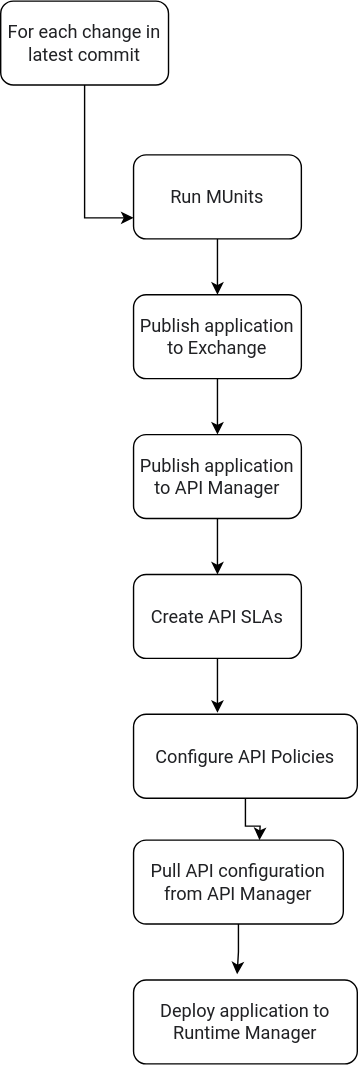
The draw.io diagram architecture/diagrams/ci-cd-design/build-and-deploy.svg in RideXpress/docs, before a commit. Source tidied: cells renumbered, new cells last; positions are measured from the earlier drawing's top-left corner, leaving out a move shared by most shapes. Its diagram source:
```xml
<mxGraphModel>
  <root>
    <mxCell id="0" />
    <mxCell id="1" parent="0" />
    <mxCell id="2" style="edgeStyle=orthogonalEdgeStyle;rounded=0;jettySize=auto;html=1;entryX=0;entryY=0.75;entryDx=0;entryDy=0;" parent="1" edge="1" source="3" target="5">
      <mxGeometry relative="1" as="geometry" />
    </mxCell>
    <mxCell id="3" value="&lt;span style=&quot;color: rgb(32, 33, 36); font-family: Roboto, arial, sans-serif; font-size: 13px; font-style: normal; font-variant-ligatures: normal; font-variant-caps: normal; font-weight: 400; letter-spacing: normal; orphans: 2; text-align: left; text-indent: 0px; text-transform: none; widows: 2; word-spacing: 0px; -webkit-text-stroke-width: 0px; white-space: pre-wrap; background-color: rgb(255, 255, 255); text-decoration-thickness: initial; text-decoration-style: initial; text-decoration-color: initial; display: inline !important; float: none;&quot;&gt;For each change in latest commit&lt;/span&gt;" style="rounded=1;whiteSpace=wrap;html=1;" parent="1" vertex="1">
      <mxGeometry width="120" height="60" as="geometry" />
    </mxCell>
    <mxCell id="4" style="edgeStyle=orthogonalEdgeStyle;rounded=0;jettySize=auto;html=1;entryX=0.5;entryY=0;entryDx=0;entryDy=0;" parent="1" edge="1" source="5" target="7">
      <mxGeometry relative="1" as="geometry" />
    </mxCell>
    <mxCell id="5" value="&lt;span style=&quot;color: rgb(32, 33, 36); font-family: Roboto, arial, sans-serif; font-size: 13px; text-align: left; white-space-collapse: preserve; background-color: rgb(255, 255, 255);&quot;&gt;Run MUnits&lt;/span&gt;" style="rounded=1;whiteSpace=wrap;html=1;" parent="1" vertex="1">
      <mxGeometry x="95" y="110" width="120" height="60" as="geometry" />
    </mxCell>
    <mxCell id="6" style="edgeStyle=orthogonalEdgeStyle;rounded=0;jettySize=auto;html=1;entryX=0.5;entryY=0;entryDx=0;entryDy=0;" parent="1" edge="1" source="7" target="9">
      <mxGeometry relative="1" as="geometry" />
    </mxCell>
    <mxCell id="7" value="&lt;span style=&quot;color: rgb(32, 33, 36); font-family: Roboto, arial, sans-serif; font-size: 13px; text-align: left; white-space-collapse: preserve; background-color: rgb(255, 255, 255);&quot;&gt;Publish application to Exchange&lt;/span&gt;" style="rounded=1;whiteSpace=wrap;html=1;" parent="1" vertex="1">
      <mxGeometry x="95" y="210" width="120" height="60" as="geometry" />
    </mxCell>
    <mxCell id="8" style="edgeStyle=orthogonalEdgeStyle;rounded=0;jettySize=auto;html=1;entryX=0.5;entryY=0;entryDx=0;entryDy=0;" parent="1" edge="1" source="9" target="10">
      <mxGeometry relative="1" as="geometry" />
    </mxCell>
    <mxCell id="9" value="&lt;span style=&quot;color: rgb(32, 33, 36); font-family: Roboto, arial, sans-serif; font-size: 13px; text-align: left; white-space-collapse: preserve; background-color: rgb(255, 255, 255);&quot;&gt;Publish application to API Manager&lt;/span&gt;" style="rounded=1;whiteSpace=wrap;html=1;" parent="1" vertex="1">
      <mxGeometry x="95" y="310" width="120" height="60" as="geometry" />
    </mxCell>
    <mxCell id="10" value="&lt;span style=&quot;color: rgb(32, 33, 36); font-family: Roboto, arial, sans-serif; font-size: 13px; text-align: left; white-space-collapse: preserve; background-color: rgb(255, 255, 255);&quot;&gt;Create API SLAs&lt;/span&gt;" style="rounded=1;whiteSpace=wrap;html=1;" parent="1" vertex="1">
      <mxGeometry x="95" y="410" width="120" height="60" as="geometry" />
    </mxCell>
    <mxCell id="11" style="edgeStyle=orthogonalEdgeStyle;rounded=0;jettySize=auto;html=1;" parent="1" edge="1" source="12">
      <mxGeometry relative="1" as="geometry">
        <mxPoint x="185" y="600" as="targetPoint" />
      </mxGeometry>
    </mxCell>
    <mxCell id="12" value="&lt;span style=&quot;color: rgb(32, 33, 36); font-family: Roboto, arial, sans-serif; font-size: 13px; text-align: left; white-space-collapse: preserve; background-color: rgb(255, 255, 255);&quot;&gt;Configure API Policies&lt;/span&gt;" style="rounded=1;whiteSpace=wrap;html=1;" parent="1" vertex="1">
      <mxGeometry x="95" y="510" width="160" height="60" as="geometry" />
    </mxCell>
    <mxCell id="13" value="&lt;span style=&quot;color: rgb(32, 33, 36); font-family: Roboto, arial, sans-serif; font-size: 13px; text-align: left; white-space-collapse: preserve; background-color: rgb(255, 255, 255);&quot;&gt;Deploy application to Runtime Manager&lt;/span&gt;" style="rounded=1;whiteSpace=wrap;html=1;" parent="1" vertex="1">
      <mxGeometry x="95" y="700" width="160" height="60" as="geometry" />
    </mxCell>
    <mxCell id="14" value="&lt;span style=&quot;color: rgb(32, 33, 36); font-family: Roboto, arial, sans-serif; font-size: 13px; text-align: left; white-space-collapse: preserve; background-color: rgb(255, 255, 255);&quot;&gt;Pull API configuration from API Manager&lt;/span&gt;" style="rounded=1;whiteSpace=wrap;html=1;" parent="1" vertex="1">
      <mxGeometry x="95" y="600" width="150" height="60" as="geometry" />
    </mxCell>
    <mxCell id="15" style="edgeStyle=orthogonalEdgeStyle;rounded=0;jettySize=auto;html=1;entryX=0.375;entryY=-0.017;entryDx=0;entryDy=0;entryPerimeter=0;" parent="1" edge="1" source="10" target="12">
      <mxGeometry relative="1" as="geometry" />
    </mxCell>
    <mxCell id="16" style="edgeStyle=orthogonalEdgeStyle;rounded=0;jettySize=auto;html=1;entryX=0.463;entryY=-0.067;entryDx=0;entryDy=0;entryPerimeter=0;" parent="1" edge="1" source="14" target="13">
      <mxGeometry relative="1" as="geometry" />
    </mxCell>
  </root>
</mxGraphModel>
```
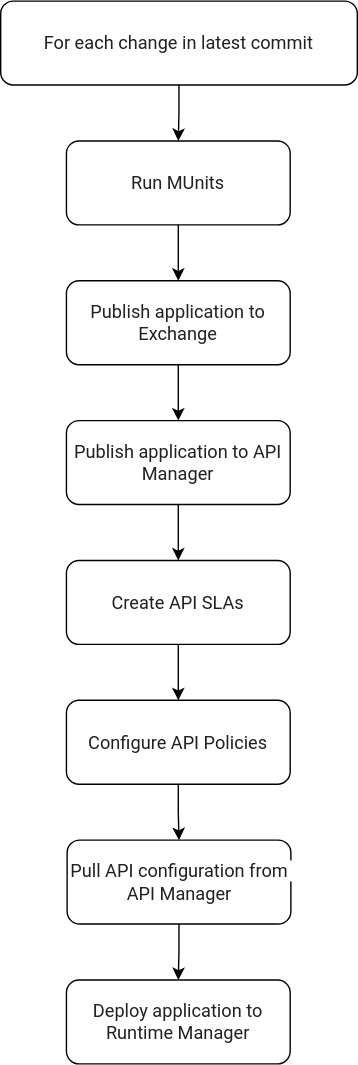
Later version of the same file.

Change to the diagram source:
```diff
@@ -2,52 +2,50 @@
   <root>
     <mxCell id="0" />
     <mxCell id="1" parent="0" />
-    <mxCell id="2" style="edgeStyle=orthogonalEdgeStyle;rounded=0;jettySize=auto;html=1;entryX=0;entryY=0.75;entryDx=0;entryDy=0;" parent="1" edge="1" source="3" target="5">
+    <mxCell id="2" style="edgeStyle=orthogonalEdgeStyle;rounded=0;jettySize=auto;html=1;entryX=0.5;entryY=0;entryDx=0;entryDy=0;" parent="1" edge="1" source="3" target="5">
       <mxGeometry relative="1" as="geometry" />
     </mxCell>
     <mxCell id="3" value="&lt;span style=&quot;color: rgb(32, 33, 36); font-family: Roboto, arial, sans-serif; font-size: 13px; font-style: normal; font-variant-ligatures: normal; font-variant-caps: normal; font-weight: 400; letter-spacing: normal; orphans: 2; text-align: left; text-indent: 0px; text-transform: none; widows: 2; word-spacing: 0px; -webkit-text-stroke-width: 0px; white-space: pre-wrap; background-color: rgb(255, 255, 255); text-decoration-thickness: initial; text-decoration-style: initial; text-decoration-color: initial; display: inline !important; float: none;&quot;&gt;For each change in latest commit&lt;/span&gt;" style="rounded=1;whiteSpace=wrap;html=1;" parent="1" vertex="1">
-      <mxGeometry width="120" height="60" as="geometry" />
+      <mxGeometry x="48" y="10" width="255" height="60" as="geometry" />
     </mxCell>
     <mxCell id="4" style="edgeStyle=orthogonalEdgeStyle;rounded=0;jettySize=auto;html=1;entryX=0.5;entryY=0;entryDx=0;entryDy=0;" parent="1" edge="1" source="5" target="7">
       <mxGeometry relative="1" as="geometry" />
     </mxCell>
     <mxCell id="5" value="&lt;span style=&quot;color: rgb(32, 33, 36); font-family: Roboto, arial, sans-serif; font-size: 13px; text-align: left; white-space-collapse: preserve; background-color: rgb(255, 255, 255);&quot;&gt;Run MUnits&lt;/span&gt;" style="rounded=1;whiteSpace=wrap;html=1;" parent="1" vertex="1">
-      <mxGeometry x="95" y="110" width="120" height="60" as="geometry" />
+      <mxGeometry x="95" y="110" width="160" height="60" as="geometry" />
     </mxCell>
     <mxCell id="6" style="edgeStyle=orthogonalEdgeStyle;rounded=0;jettySize=auto;html=1;entryX=0.5;entryY=0;entryDx=0;entryDy=0;" parent="1" edge="1" source="7" target="9">
       <mxGeometry relative="1" as="geometry" />
     </mxCell>
     <mxCell id="7" value="&lt;span style=&quot;color: rgb(32, 33, 36); font-family: Roboto, arial, sans-serif; font-size: 13px; text-align: left; white-space-collapse: preserve; background-color: rgb(255, 255, 255);&quot;&gt;Publish application to Exchange&lt;/span&gt;" style="rounded=1;whiteSpace=wrap;html=1;" parent="1" vertex="1">
-      <mxGeometry x="95" y="210" width="120" height="60" as="geometry" />
+      <mxGeometry x="95" y="210" width="160" height="60" as="geometry" />
     </mxCell>
     <mxCell id="8" style="edgeStyle=orthogonalEdgeStyle;rounded=0;jettySize=auto;html=1;entryX=0.5;entryY=0;entryDx=0;entryDy=0;" parent="1" edge="1" source="9" target="10">
       <mxGeometry relative="1" as="geometry" />
     </mxCell>
     <mxCell id="9" value="&lt;span style=&quot;color: rgb(32, 33, 36); font-family: Roboto, arial, sans-serif; font-size: 13px; text-align: left; white-space-collapse: preserve; background-color: rgb(255, 255, 255);&quot;&gt;Publish application to API Manager&lt;/span&gt;" style="rounded=1;whiteSpace=wrap;html=1;" parent="1" vertex="1">
-      <mxGeometry x="95" y="310" width="120" height="60" as="geometry" />
+      <mxGeometry x="95" y="310" width="160" height="60" as="geometry" />
     </mxCell>
+    <mxCell id="15" style="edgeStyle=orthogonalEdgeStyle;rounded=0;jettySize=auto;html=1;entryX=0.5;entryY=0;entryDx=0;entryDy=0;" parent="1" edge="1" source="10" target="12">
+      <mxGeometry relative="1" as="geometry" />
+    </mxCell>
     <mxCell id="10" value="&lt;span style=&quot;color: rgb(32, 33, 36); font-family: Roboto, arial, sans-serif; font-size: 13px; text-align: left; white-space-collapse: preserve; background-color: rgb(255, 255, 255);&quot;&gt;Create API SLAs&lt;/span&gt;" style="rounded=1;whiteSpace=wrap;html=1;" parent="1" vertex="1">
-      <mxGeometry x="95" y="410" width="120" height="60" as="geometry" />
+      <mxGeometry x="95" y="410" width="160" height="60" as="geometry" />
     </mxCell>
-    <mxCell id="11" style="edgeStyle=orthogonalEdgeStyle;rounded=0;jettySize=auto;html=1;" parent="1" edge="1" source="12">
-      <mxGeometry relative="1" as="geometry">
-        <mxPoint x="185" y="600" as="targetPoint" />
-      </mxGeometry>
-    </mxCell>
+    <mxCell id="17" style="edgeStyle=orthogonalEdgeStyle;rounded=0;jettySize=auto;html=1;entryX=0.5;entryY=0;entryDx=0;entryDy=0;" parent="1" edge="1" source="12" target="14">
+      <mxGeometry relative="1" as="geometry" />
+    </mxCell>
     <mxCell id="12" value="&lt;span style=&quot;color: rgb(32, 33, 36); font-family: Roboto, arial, sans-serif; font-size: 13px; text-align: left; white-space-collapse: preserve; background-color: rgb(255, 255, 255);&quot;&gt;Configure API Policies&lt;/span&gt;" style="rounded=1;whiteSpace=wrap;html=1;" parent="1" vertex="1">
       <mxGeometry x="95" y="510" width="160" height="60" as="geometry" />
     </mxCell>
+    <mxCell id="16" style="edgeStyle=orthogonalEdgeStyle;rounded=0;jettySize=auto;html=1;entryX=0.5;entryY=0;entryDx=0;entryDy=0;" parent="1" edge="1" source="14" target="13">
+      <mxGeometry relative="1" as="geometry" />
+    </mxCell>
+    <mxCell id="14" value="&lt;span style=&quot;color: rgb(32, 33, 36); font-family: Roboto, arial, sans-serif; font-size: 13px; text-align: left; white-space-collapse: preserve; background-color: rgb(255, 255, 255);&quot;&gt;Pull API configuration from API Manager&lt;/span&gt;" style="rounded=1;whiteSpace=wrap;html=1;" parent="1" vertex="1">
+      <mxGeometry x="95.5" y="610" width="160" height="60" as="geometry" />
+    </mxCell>
     <mxCell id="13" value="&lt;span style=&quot;color: rgb(32, 33, 36); font-family: Roboto, arial, sans-serif; font-size: 13px; text-align: left; white-space-collapse: preserve; background-color: rgb(255, 255, 255);&quot;&gt;Deploy application to Runtime Manager&lt;/span&gt;" style="rounded=1;whiteSpace=wrap;html=1;" parent="1" vertex="1">
-      <mxGeometry x="95" y="700" width="160" height="60" as="geometry" />
+      <mxGeometry x="95" y="710" width="160" height="60" as="geometry" />
     </mxCell>
-    <mxCell id="14" value="&lt;span style=&quot;color: rgb(32, 33, 36); font-family: Roboto, arial, sans-serif; font-size: 13px; text-align: left; white-space-collapse: preserve; background-color: rgb(255, 255, 255);&quot;&gt;Pull API configuration from API Manager&lt;/span&gt;" style="rounded=1;whiteSpace=wrap;html=1;" parent="1" vertex="1">
-      <mxGeometry x="95" y="600" width="150" height="60" as="geometry" />
-    </mxCell>
-    <mxCell id="15" style="edgeStyle=orthogonalEdgeStyle;rounded=0;jettySize=auto;html=1;entryX=0.375;entryY=-0.017;entryDx=0;entryDy=0;entryPerimeter=0;" parent="1" edge="1" source="10" target="12">
-      <mxGeometry relative="1" as="geometry" />
-    </mxCell>
-    <mxCell id="16" style="edgeStyle=orthogonalEdgeStyle;rounded=0;jettySize=auto;html=1;entryX=0.463;entryY=-0.067;entryDx=0;entryDy=0;entryPerimeter=0;" parent="1" edge="1" source="14" target="13">
-      <mxGeometry relative="1" as="geometry" />
-    </mxCell>
   </root>
 </mxGraphModel>
```
